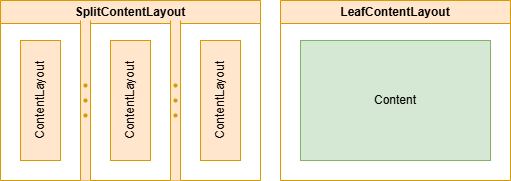
Earlier version of the draw.io export assets/layouts.png (Col-E/BentoFX). Source tidied: cells renumbered, new cells last; positions are measured from the earlier drawing's top-left corner, leaving out a move shared by most shapes.
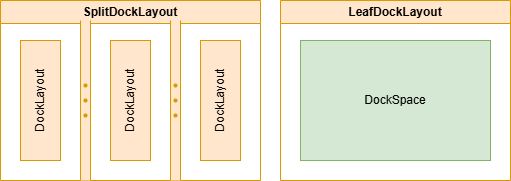
The same file after the commit.

Change to the diagram source:
```diff
@@ -8,7 +8,7 @@
     <mxCell id="3" style="rounded=0;whiteSpace=wrap;html=1;strokeColor=none;" parent="1" vertex="1">
       <mxGeometry width="260" height="180" as="geometry" />
     </mxCell>
-    <mxCell id="4" value="SplitContentLayout" style="swimlane;whiteSpace=wrap;html=1;startSize=23;fillColor=#ffe6cc;strokeColor=#d79b00;" parent="1" vertex="1">
+    <mxCell id="4" value="SplitDockLayout" style="swimlane;whiteSpace=wrap;html=1;startSize=23;fillColor=#ffe6cc;strokeColor=#d79b00;" parent="1" vertex="1">
       <mxGeometry width="260" height="180" as="geometry" />
     </mxCell>
     <mxCell id="5" style="verticalLabelPosition=bottom;shadow=0;dashed=0;align=center;html=1;verticalAlign=top;strokeWidth=1;shape=mxgraph.mockup.forms.splitter;strokeColor=#d79b00;direction=north;fillColor=#ffe6cc;" parent="4" vertex="1">
@@ -17,19 +17,19 @@
     <mxCell id="6" style="verticalLabelPosition=bottom;shadow=0;dashed=0;align=center;html=1;verticalAlign=top;strokeWidth=1;shape=mxgraph.mockup.forms.splitter;strokeColor=#d79b00;direction=north;fillColor=#ffe6cc;" parent="4" vertex="1">
       <mxGeometry x="170" y="20" width="10" height="160" as="geometry" />
     </mxCell>
-    <mxCell id="7" value="ContentLayout" style="rounded=0;whiteSpace=wrap;html=1;direction=west;horizontal=0;fillColor=#ffe6cc;strokeColor=#d79b00;" parent="4" vertex="1">
+    <mxCell id="7" value="DockLayout" style="rounded=0;whiteSpace=wrap;html=1;direction=west;horizontal=0;fillColor=#ffe6cc;strokeColor=#d79b00;" parent="4" vertex="1">
       <mxGeometry x="20" y="40" width="40" height="120" as="geometry" />
     </mxCell>
-    <mxCell id="8" value="ContentLayout" style="rounded=0;whiteSpace=wrap;html=1;direction=west;horizontal=0;fillColor=#ffe6cc;strokeColor=#d79b00;" parent="4" vertex="1">
+    <mxCell id="8" value="DockLayout" style="rounded=0;whiteSpace=wrap;html=1;direction=west;horizontal=0;fillColor=#ffe6cc;strokeColor=#d79b00;" parent="4" vertex="1">
       <mxGeometry x="110" y="40" width="40" height="120" as="geometry" />
     </mxCell>
-    <mxCell id="9" value="ContentLayout" style="rounded=0;whiteSpace=wrap;html=1;direction=west;horizontal=0;fillColor=#ffe6cc;strokeColor=#d79b00;" parent="4" vertex="1">
+    <mxCell id="9" value="DockLayout" style="rounded=0;whiteSpace=wrap;html=1;direction=west;horizontal=0;fillColor=#ffe6cc;strokeColor=#d79b00;" parent="4" vertex="1">
       <mxGeometry x="200" y="40" width="40" height="120" as="geometry" />
     </mxCell>
-    <mxCell id="10" value="LeafContentLayout" style="swimlane;whiteSpace=wrap;html=1;startSize=23;fillColor=#ffe6cc;strokeColor=#d79b00;glass=0;" parent="1" vertex="1">
+    <mxCell id="10" value="LeafDockLayout" style="swimlane;whiteSpace=wrap;html=1;startSize=23;fillColor=#ffe6cc;strokeColor=#d79b00;glass=0;" parent="1" vertex="1">
       <mxGeometry x="280" width="230" height="180" as="geometry" />
     </mxCell>
-    <mxCell id="11" value="Content" style="rounded=0;whiteSpace=wrap;html=1;direction=west;horizontal=1;fillColor=#d5e8d4;strokeColor=#82b366;" parent="10" vertex="1">
+    <mxCell id="11" value="DockSpace" style="rounded=0;whiteSpace=wrap;html=1;direction=west;horizontal=1;fillColor=#d5e8d4;strokeColor=#82b366;" parent="10" vertex="1">
       <mxGeometry x="20" y="40" width="190" height="120" as="geometry" />
     </mxCell>
   </root>
```
